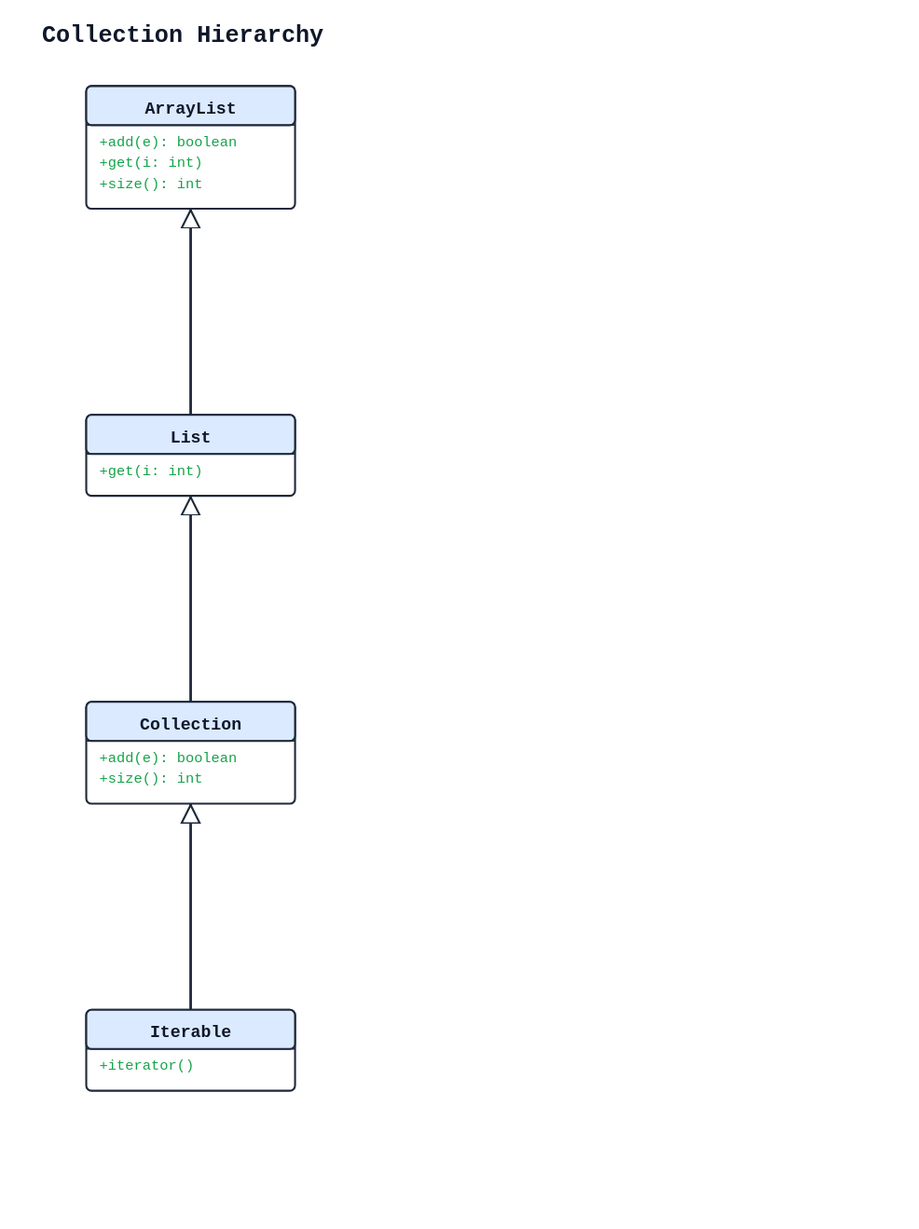
Before: docs/examples/class/16_interface_hierarchy.svg, a diagram exported from PlantUML (alliecatowo/puml). Its source is kept beside it as docs/examples/class/16_interface_hierarchy.puml.
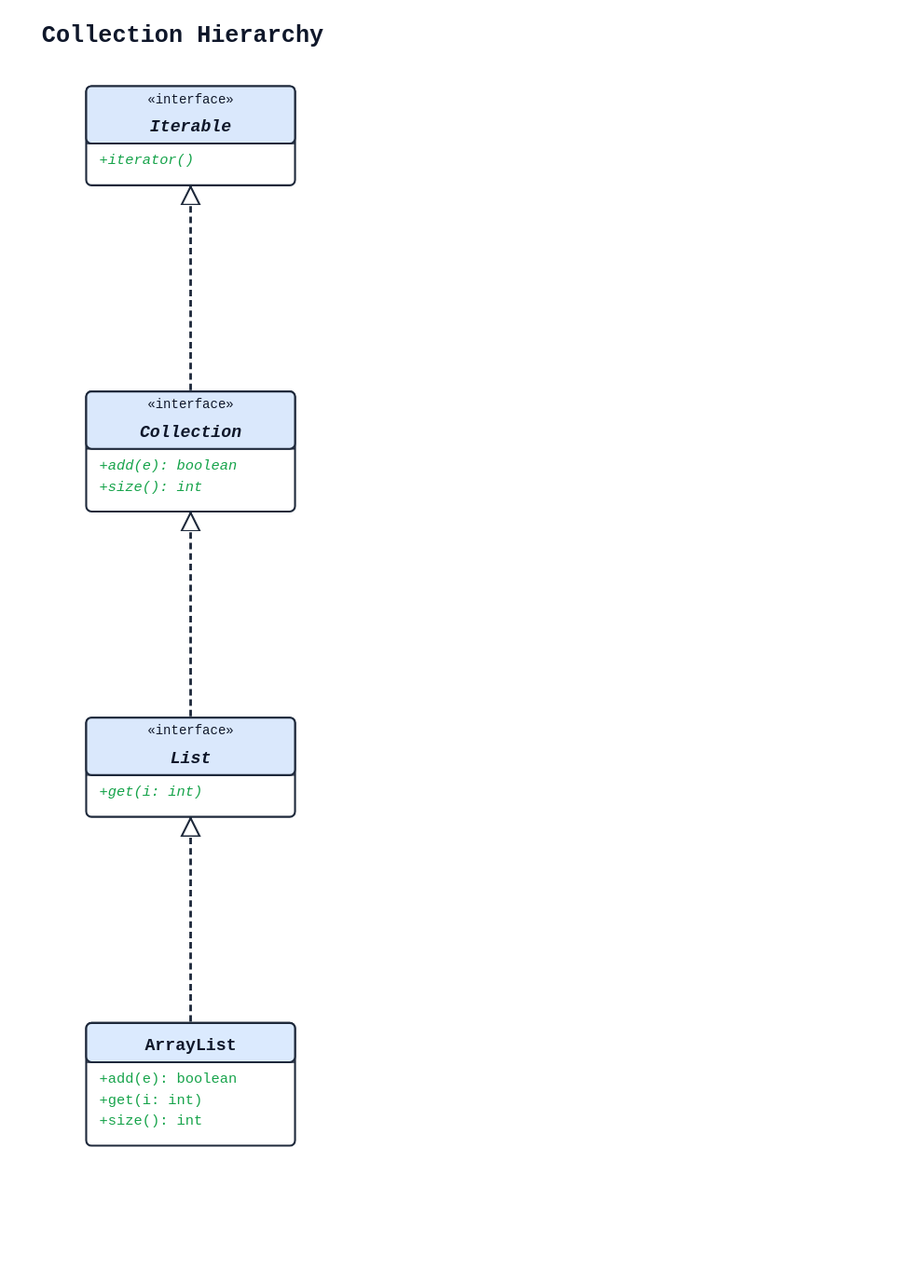
After the change.

Commit message:
fix(render): render abstract class and interface names and members in italic

What changed in the source:
```diff
@@ -1,13 +1,13 @@
 @startuml
 title Collection Hierarchy
-class Iterable {
+interface Iterable {
   +iterator()
 }
-class Collection {
+interface Collection {
   +add(e): boolean
   +size(): int
 }
-class List {
+interface List {
   +get(i: int)
 }
 class ArrayList {
@@ -15,7 +15,7 @@
   +get(i: int)
   +size(): int
 }
-Collection <|-- Iterable
-List <|-- Collection
-ArrayList <|-- List
+Iterable <|.. Collection
+Collection <|.. List
+List <|.. ArrayList
 @enduml
```
